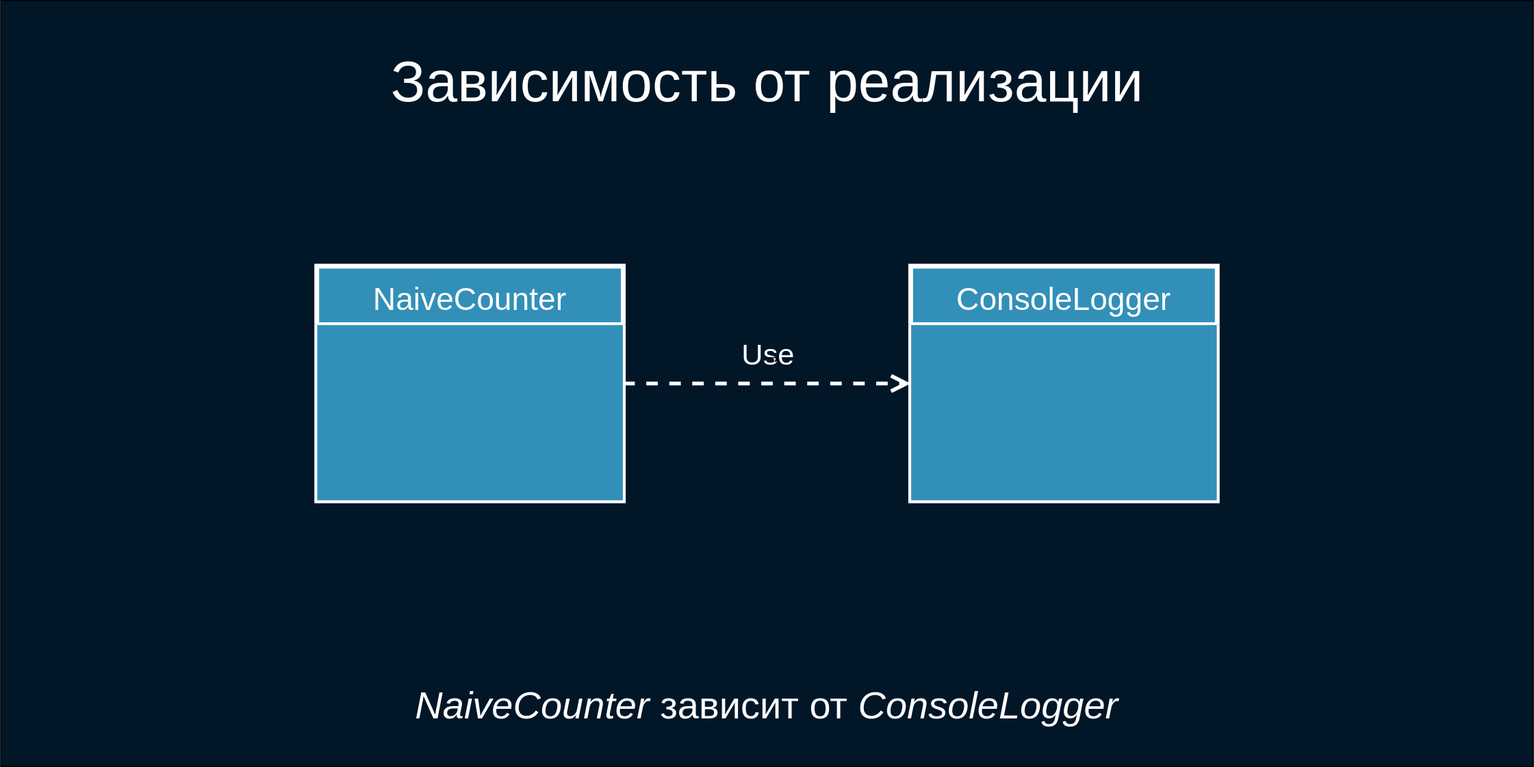
The draw.io diagram deck/ru/diagrams/naive.svg in softspiders/dip-in-ca-deck, before a commit. Source tidied: cells renumbered, new cells last; positions are measured from the earlier drawing's top-left corner, leaving out a move shared by most shapes.
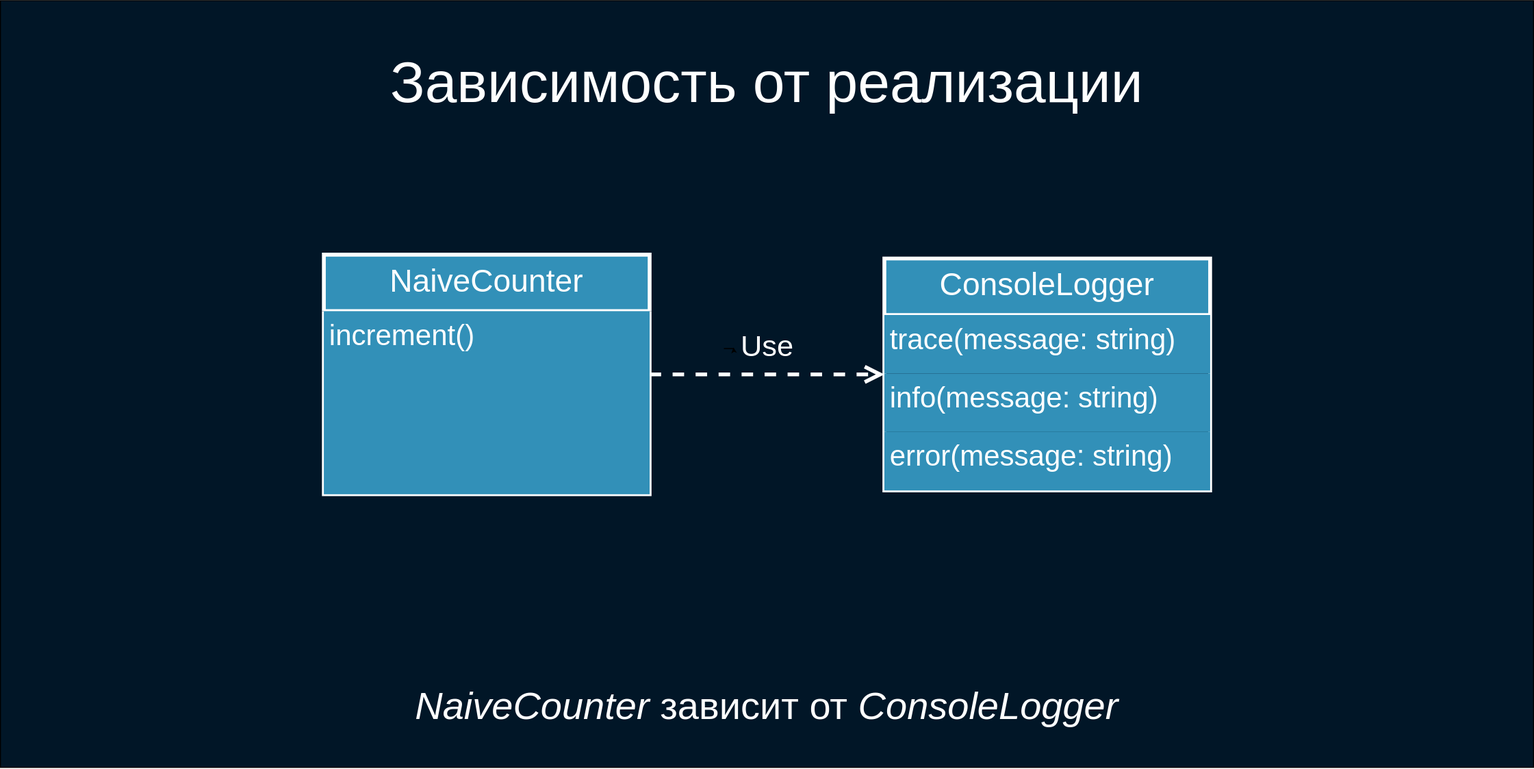
After the change.

The edit, as a diff of the source:
```diff
@@ -5,32 +5,38 @@
     <mxCell id="2" style="rounded=0;whiteSpace=wrap;html=1;fillColor=#011627;fontSize=30;fontColor=#FFFFFF;strokeColor=#000000;" parent="1" vertex="1">
       <mxGeometry width="1600" height="800" as="geometry" />
     </mxCell>
-    <mxCell id="3" value="Use" style="endArrow=open;endSize=12;dashed=1;html=1;fontSize=31;fontColor=#FFFFFF;strokeColor=#FFFFFF;entryX=0;entryY=0.5;entryDx=0;entryDy=0;strokeWidth=4;labelBackgroundColor=none;rounded=0;exitX=1;exitY=0.5;exitDx=0;exitDy=0;" parent="1" edge="1" source="4" target="6">
-      <mxGeometry y="30" relative="1" as="geometry" />
-    </mxCell>
-    <mxCell id="4" value="NaiveCounter" style="swimlane;fontStyle=0;horizontal=1;startSize=61;fillColor=#3290B8;strokeColor=#FFFFFF;strokeWidth=5;fontSize=33;fontColor=#FFFFFF;" parent="1" vertex="1">
-      <mxGeometry x="330" y="277.5" width="320" height="245" as="geometry" />
-    </mxCell>
-    <mxCell id="5" style="text;strokeColor=#FFFFFF;fillColor=#3290B8;align=left;verticalAlign=top;spacingLeft=4;spacingRight=4;overflow=hidden;strokeWidth=1;" parent="4" vertex="1">
-      <mxGeometry y="61" width="320" height="184" as="geometry" />
-    </mxCell>
-    <mxCell id="6" value="ConsoleLogger" style="swimlane;fontStyle=0;horizontal=1;startSize=61;fillColor=#3290B8;strokeColor=#FFFFFF;strokeWidth=5;fontSize=33;fontColor=#FFFFFF;" parent="1" vertex="1">
-      <mxGeometry x="950" y="277.5" width="320" height="245" as="geometry" />
-    </mxCell>
-    <mxCell id="7" style="text;strokeColor=#FFFFFF;fillColor=#3290B8;align=left;verticalAlign=top;spacingLeft=4;spacingRight=4;overflow=hidden;strokeWidth=1;" parent="6" vertex="1">
-      <mxGeometry y="61" width="320" height="184" as="geometry" />
-    </mxCell>
-    <mxCell id="8" style="edgeStyle=orthogonalEdgeStyle;rounded=0;orthogonalLoop=1;jettySize=auto;html=1;exitX=0.5;exitY=1;exitDx=0;exitDy=0;entryX=0.553;entryY=0.974;entryDx=0;entryDy=0;entryPerimeter=0;fontSize=33;fontColor=#FFFFFF;" parent="1" edge="1">
-      <mxGeometry relative="1" as="geometry">
-        <mxPoint x="800" y="373" as="sourcePoint" />
-        <mxPoint x="810.1" y="372.5" as="targetPoint" />
-      </mxGeometry>
-    </mxCell>
     <mxCell id="9" value="Зависимость от реализации" style="text;html=1;strokeColor=none;fillColor=none;align=center;verticalAlign=middle;whiteSpace=wrap;rounded=0;fontSize=60;fontColor=#FFFFFF;" parent="1" vertex="1">
       <mxGeometry x="353.8" y="50" width="892.5" height="70" as="geometry" />
     </mxCell>
     <mxCell id="10" value="&lt;i&gt;NaiveCounter&lt;/i&gt; зависит от &lt;i&gt;ConsoleLogger&lt;/i&gt;" style="text;html=1;strokeColor=none;fillColor=none;align=center;verticalAlign=middle;whiteSpace=wrap;rounded=0;fontSize=40;fontColor=#FFFFFF;" parent="1" vertex="1">
       <mxGeometry x="215" y="700" width="1170" height="70" as="geometry" />
     </mxCell>
+    <mxCell id="3" value="Use" style="endArrow=open;endSize=12;dashed=1;html=1;fontSize=31;fontColor=#FFFFFF;strokeColor=#FFFFFF;entryX=0;entryY=0.5;entryDx=0;entryDy=0;strokeWidth=4;labelBackgroundColor=none;rounded=0;exitX=1;exitY=0.5;exitDx=0;exitDy=0;" parent="1" edge="1" source="4" target="6">
+      <mxGeometry y="30" relative="1" as="geometry" />
+    </mxCell>
+    <mxCell id="11" style="edgeStyle=orthogonalEdgeStyle;rounded=0;orthogonalLoop=1;jettySize=auto;html=1;exitX=0.5;exitY=1;exitDx=0;exitDy=0;entryX=0.553;entryY=0.974;entryDx=0;entryDy=0;entryPerimeter=0;fontSize=33;fontColor=#FFFFFF;" parent="1" edge="1">
+      <mxGeometry relative="1" as="geometry">
+        <mxPoint x="755" y="363" as="sourcePoint" />
+        <mxPoint x="765.1" y="362.5" as="targetPoint" />
+      </mxGeometry>
+    </mxCell>
+    <mxCell id="6" value="ConsoleLogger" style="swimlane;fontStyle=0;align=center;verticalAlign=top;horizontal=1;startSize=59;strokeColor=#FFFFFF;strokeWidth=4;fillColor=#3290B8;fontSize=33;fontColor=#FFFFFF;labelBackgroundColor=none;" parent="1" vertex="1">
+      <mxGeometry x="922.5" y="269" width="340" height="242" as="geometry" />
+    </mxCell>
+    <mxCell id="12" value="trace(message: string)" style="text;strokeColor=none;fillColor=#3290B8;align=left;verticalAlign=top;spacingLeft=4;spacingRight=4;overflow=hidden;fontColor=#FFFFFF;fontSize=30;labelBackgroundColor=none;" parent="6" vertex="1">
+      <mxGeometry y="59" width="340" height="61" as="geometry" />
+    </mxCell>
+    <mxCell id="13" value="info(message: string)" style="text;strokeColor=none;fillColor=#3290B8;align=left;verticalAlign=top;spacingLeft=4;spacingRight=4;overflow=hidden;fontColor=#FFFFFF;fontSize=30;labelBackgroundColor=none;" parent="6" vertex="1">
+      <mxGeometry y="120" width="340" height="61" as="geometry" />
+    </mxCell>
+    <mxCell id="14" value="error(message: string)" style="text;strokeColor=none;fillColor=#3290B8;align=left;verticalAlign=top;spacingLeft=4;spacingRight=4;overflow=hidden;fontColor=#FFFFFF;fontSize=30;labelBackgroundColor=none;" parent="6" vertex="1">
+      <mxGeometry y="181" width="340" height="61" as="geometry" />
+    </mxCell>
+    <mxCell id="4" value="NaiveCounter" style="swimlane;fontStyle=0;align=center;verticalAlign=top;horizontal=1;startSize=59;strokeColor=#FFFFFF;strokeWidth=4;fillColor=#3290B8;fontSize=33;fontColor=#FFFFFF;labelBackgroundColor=none;" parent="1" vertex="1">
+      <mxGeometry x="337.5" y="265" width="340" height="250" as="geometry" />
+    </mxCell>
+    <mxCell id="15" value="increment()" style="text;strokeColor=none;fillColor=#3290B8;align=left;verticalAlign=top;spacingLeft=4;spacingRight=4;overflow=hidden;fontColor=#FFFFFF;fontSize=30;labelBackgroundColor=none;" parent="4" vertex="1">
+      <mxGeometry y="59" width="340" height="191" as="geometry" />
+    </mxCell>
   </root>
 </mxGraphModel>
```
